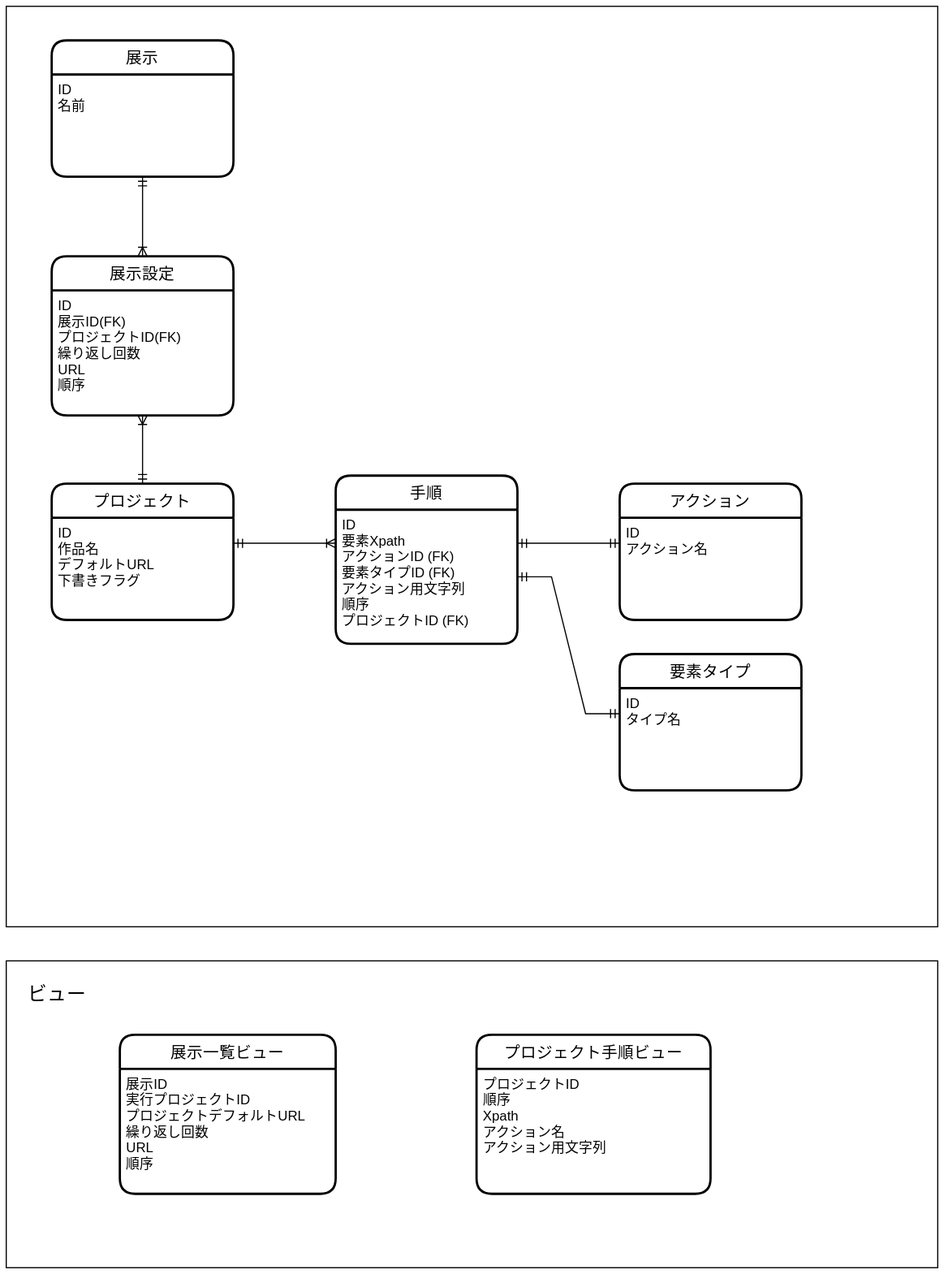
This is _document/ER.svg from Tatsuyyy/hakusai, a draw.io export, as it was before one commit. Source tidied: cells renumbered, new cells last; positions are measured from the earlier drawing's top-left corner, leaving out a move shared by most shapes.
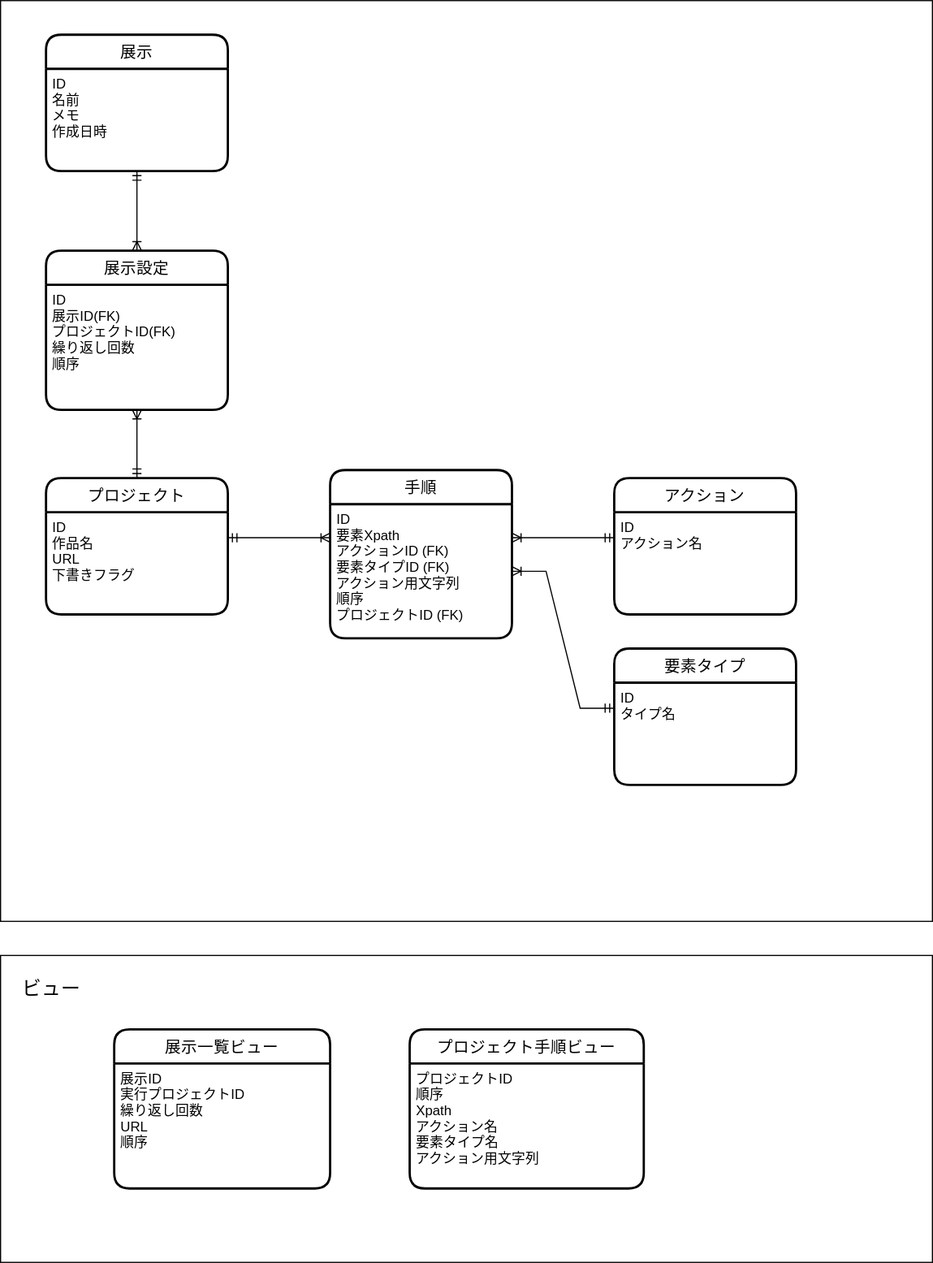
After the change.

What changed in the source:
```diff
@@ -8,7 +8,7 @@
     <mxCell id="3" value="プロジェクト" style="swimlane;horizontal=1;startSize=30;rounded=1;fontSize=14;fontStyle=0;strokeWidth=2;shadow=0;dashed=0;align=center;" parent="1" vertex="1">
       <mxGeometry x="40" y="420" width="160" height="120" as="geometry" />
     </mxCell>
-    <mxCell id="4" value="ID&#10;作品名&#10;デフォルトURL&#10;下書きフラグ" style="align=left;strokeColor=none;fillColor=none;spacingLeft=4;fontSize=12;verticalAlign=top;" parent="3" vertex="1">
+    <mxCell id="4" value="ID&#10;作品名&#10;URL&#10;下書きフラグ" style="align=left;strokeColor=none;fillColor=none;spacingLeft=4;fontSize=12;verticalAlign=top;" parent="3" vertex="1">
       <mxGeometry y="30" width="160" height="90" as="geometry" />
     </mxCell>
     <mxCell id="5" value="手順" style="swimlane;horizontal=1;startSize=30;rounded=1;fontSize=14;fontStyle=0;strokeWidth=2;shadow=0;dashed=0;align=center;" parent="1" vertex="1">
@@ -32,22 +32,22 @@
     <mxCell id="11" style="edgeStyle=entityRelationEdgeStyle;fontSize=12;html=1;endArrow=ERoneToMany;startArrow=ERmandOne;rounded=0;exitX=1;exitY=0.25;exitDx=0;exitDy=0;entryX=0;entryY=0.25;entryDx=0;entryDy=0;" parent="1" edge="1" source="4" target="6">
       <mxGeometry relative="1" as="geometry" />
     </mxCell>
-    <mxCell id="12" style="edgeStyle=entityRelationEdgeStyle;fontSize=12;html=1;endArrow=ERmandOne;startArrow=ERmandOne;rounded=0;entryX=1;entryY=0.5;entryDx=0;entryDy=0;exitX=0;exitY=0.25;exitDx=0;exitDy=0;" parent="1" edge="1" source="8" target="6">
+    <mxCell id="12" style="edgeStyle=entityRelationEdgeStyle;fontSize=12;html=1;endArrow=ERoneToMany;startArrow=ERmandOne;rounded=0;entryX=1;entryY=0.5;entryDx=0;entryDy=0;exitX=0;exitY=0.25;exitDx=0;exitDy=0;endFill=0;" parent="1" edge="1" source="8" target="6">
       <mxGeometry relative="1" as="geometry" />
     </mxCell>
-    <mxCell id="13" style="edgeStyle=entityRelationEdgeStyle;fontSize=12;html=1;endArrow=ERmandOne;startArrow=ERmandOne;rounded=0;exitX=0;exitY=0.25;exitDx=0;exitDy=0;entryX=1;entryY=0.25;entryDx=0;entryDy=0;" parent="1" edge="1" source="10" target="6">
+    <mxCell id="13" style="edgeStyle=entityRelationEdgeStyle;fontSize=12;html=1;endArrow=ERoneToMany;startArrow=ERmandOne;rounded=0;exitX=0;exitY=0.25;exitDx=0;exitDy=0;entryX=1;entryY=0.25;entryDx=0;entryDy=0;endFill=0;" parent="1" edge="1" source="10" target="6">
       <mxGeometry relative="1" as="geometry" />
     </mxCell>
     <mxCell id="14" value="展示" style="swimlane;horizontal=1;startSize=30;rounded=1;fontSize=14;fontStyle=0;strokeWidth=2;shadow=0;dashed=0;align=center;" parent="1" vertex="1">
       <mxGeometry x="40" y="30" width="160" height="120" as="geometry" />
     </mxCell>
-    <mxCell id="15" value="ID&#10;名前" style="align=left;strokeColor=none;fillColor=none;spacingLeft=4;fontSize=12;verticalAlign=top;" parent="14" vertex="1">
+    <mxCell id="15" value="ID&#10;名前&#10;メモ&#10;作成日時" style="align=left;strokeColor=none;fillColor=none;spacingLeft=4;fontSize=12;verticalAlign=top;" parent="14" vertex="1">
       <mxGeometry y="30" width="160" height="90" as="geometry" />
     </mxCell>
     <mxCell id="16" value="展示設定" style="swimlane;horizontal=1;startSize=30;rounded=1;fontSize=14;fontStyle=0;strokeWidth=2;shadow=0;dashed=0;align=center;" parent="1" vertex="1">
       <mxGeometry x="40" y="220" width="160" height="140" as="geometry" />
     </mxCell>
-    <mxCell id="17" value="ID&#10;展示ID(FK)&#10;プロジェクトID(FK)&#10;繰り返し回数&#10;URL&#10;順序" style="align=left;strokeColor=none;fillColor=none;spacingLeft=4;fontSize=12;verticalAlign=top;" parent="16" vertex="1">
+    <mxCell id="17" value="ID&#10;展示ID(FK)&#10;プロジェクトID(FK)&#10;繰り返し回数&#10;順序" style="align=left;strokeColor=none;fillColor=none;spacingLeft=4;fontSize=12;verticalAlign=top;" parent="16" vertex="1">
       <mxGeometry y="30" width="160" height="110" as="geometry" />
     </mxCell>
     <mxCell id="18" style="fontSize=12;html=1;endArrow=ERoneToMany;startArrow=ERmandOne;rounded=0;exitX=0.5;exitY=1;exitDx=0;exitDy=0;entryX=0.5;entryY=0;entryDx=0;entryDy=0;" parent="1" edge="1" source="15" target="16">
@@ -65,13 +65,13 @@
     <mxCell id="22" value="展示一覧ビュー" style="swimlane;horizontal=1;startSize=30;rounded=1;fontSize=14;fontStyle=0;strokeWidth=2;shadow=0;dashed=0;align=center;" parent="1" vertex="1">
       <mxGeometry x="100" y="905" width="190" height="140" as="geometry" />
     </mxCell>
-    <mxCell id="23" value="展示ID&#10;実行プロジェクトID&#10;プロジェクトデフォルトURL&#10;繰り返し回数&#10;URL&#10;順序" style="align=left;strokeColor=none;fillColor=none;spacingLeft=4;fontSize=12;verticalAlign=top;" parent="22" vertex="1">
+    <mxCell id="23" value="展示ID&#10;実行プロジェクトID&#10;繰り返し回数&#10;URL&#10;順序" style="align=left;strokeColor=none;fillColor=none;spacingLeft=4;fontSize=12;verticalAlign=top;" parent="22" vertex="1">
       <mxGeometry y="30" width="190" height="110" as="geometry" />
     </mxCell>
     <mxCell id="24" value="プロジェクト手順ビュー" style="swimlane;horizontal=1;startSize=30;rounded=1;fontSize=14;fontStyle=0;strokeWidth=2;shadow=0;dashed=0;align=center;" parent="1" vertex="1">
-      <mxGeometry x="414" y="905" width="206" height="140" as="geometry" />
+      <mxGeometry x="360" y="905" width="206" height="140" as="geometry" />
     </mxCell>
-    <mxCell id="25" value="プロジェクトID&#10;順序&#10;Xpath&#10;アクション名&#10;アクション用文字列" style="align=left;strokeColor=none;fillColor=none;spacingLeft=4;fontSize=12;verticalAlign=top;" parent="24" vertex="1">
+    <mxCell id="25" value="プロジェクトID&#10;順序&#10;Xpath&#10;アクション名&#10;要素タイプ名&#10;アクション用文字列" style="align=left;strokeColor=none;fillColor=none;spacingLeft=4;fontSize=12;verticalAlign=top;" parent="24" vertex="1">
       <mxGeometry y="30" width="206" height="110" as="geometry" />
     </mxCell>
   </root>
```
